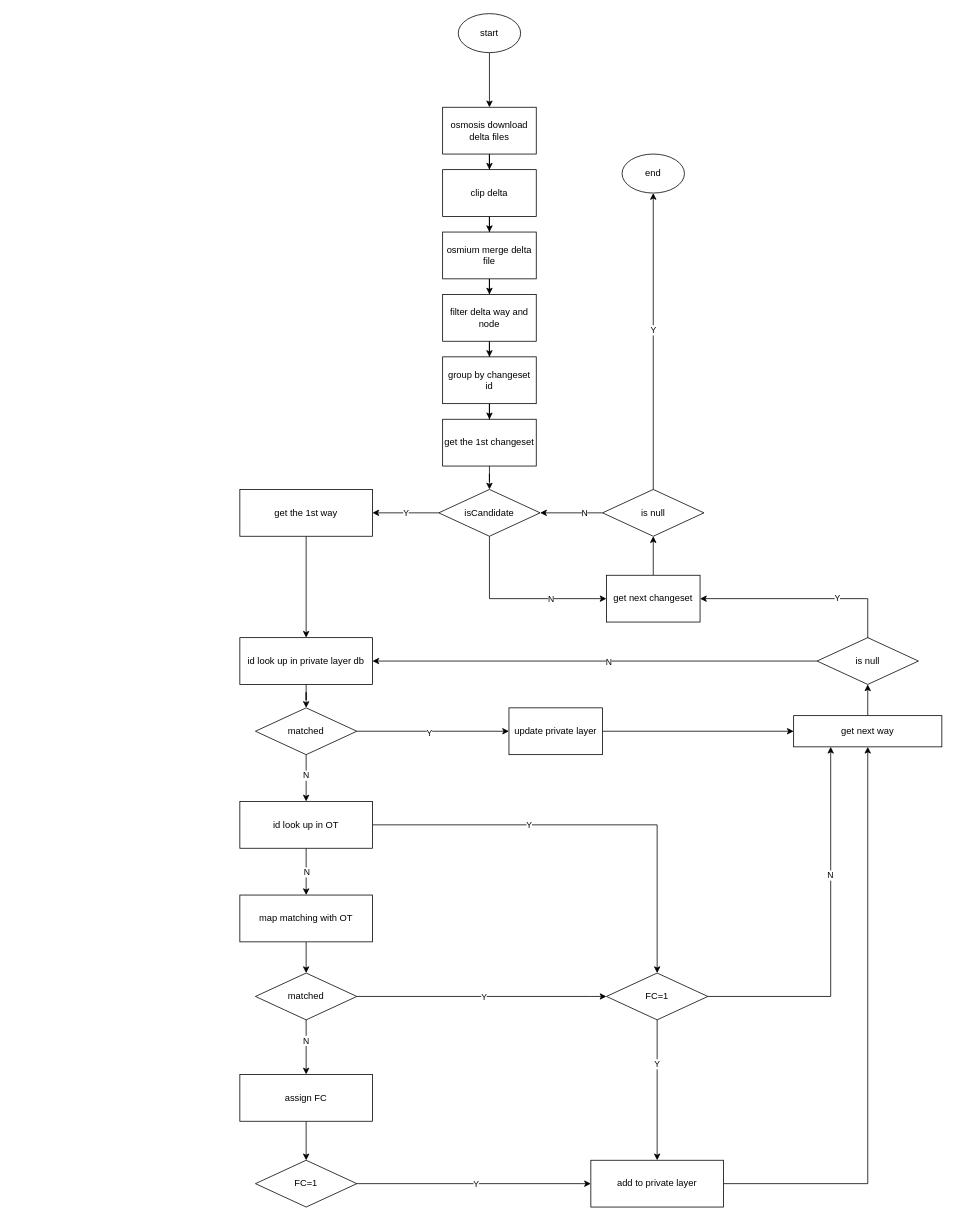
This is expired fc changeset.drawio from 472542625/drawio, a draw.io file, before an edit. Source tidied: cells renumbered, new cells numbered last; positions are measured from the earlier drawing's top-left corner, leaving out a move shared by most shapes. Both pictures are drawn from the tidied source at 78%, with x=0, y=0 at pixel (239, 13).
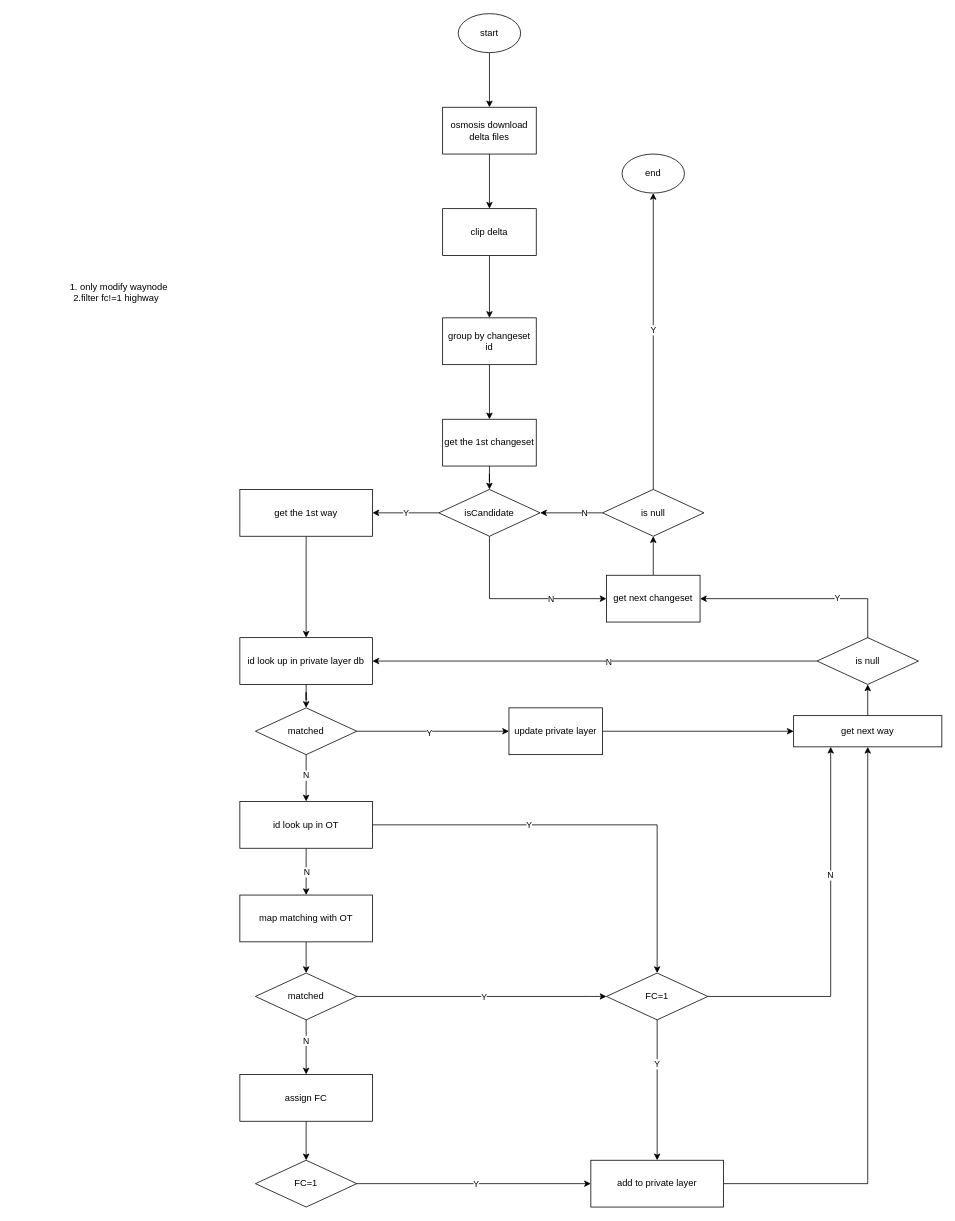
Above is the later version.

The edit, as a diff of the source:
```diff
@@
-    <mxCell id="63" style="edgeStyle=orthogonalEdgeStyle;rounded=0;jettySize=auto;html=1;entryX=0.5;entryY=0;entryDx=0;entryDy=0;" parent="1" edge="1" source="64" target="66">
-      <mxGeometry relative="1" as="geometry" />
-    </mxCell>
-    <mxCell id="64" value="osmium merge delta file" style="rounded=0;whiteSpace=wrap;html=1;" parent="1" vertex="1">
-      <mxGeometry x="260" y="280" width="120" height="60" as="geometry" />
-    </mxCell>
-    <mxCell id="65" style="edgeStyle=orthogonalEdgeStyle;rounded=0;jettySize=auto;html=1;entryX=0.5;entryY=0;entryDx=0;entryDy=0;" parent="1" edge="1" source="66" target="68">
-      <mxGeometry relative="1" as="geometry" />
-    </mxCell>
-    <mxCell id="66" value="filter delta way and node" style="rounded=0;whiteSpace=wrap;html=1;" parent="1" vertex="1">
-      <mxGeometry x="260" y="360" width="120" height="60" as="geometry" />
-    </mxCell>
@@
     <mxCell id="68" value="group by changeset id" style="rounded=0;whiteSpace=wrap;html=1;" parent="1" vertex="1">
-      <mxGeometry x="260" y="440" width="120" height="60" as="geometry" />
+      <mxGeometry x="260" y="390" width="120" height="60" as="geometry" />
     </mxCell>
-    <mxCell id="69" style="edgeStyle=orthogonalEdgeStyle;rounded=0;jettySize=auto;html=1;entryX=0.5;entryY=0;entryDx=0;entryDy=0;" parent="1" edge="1" source="70" target="64">
-      <mxGeometry relative="1" as="geometry" />
-    </mxCell>
+    <mxCell id="71" style="edgeStyle=orthogonalEdgeStyle;rounded=0;jettySize=auto;html=1;entryX=0.5;entryY=0;entryDx=0;entryDy=0;" parent="1" edge="1" source="70" target="68">
+      <mxGeometry relative="1" as="geometry" />
+    </mxCell>
     <mxCell id="70" value="clip delta" style="rounded=0;whiteSpace=wrap;html=1;" parent="1" vertex="1">
-      <mxGeometry x="260" y="200" width="120" height="60" as="geometry" />
+      <mxGeometry x="260" y="250" width="120" height="60" as="geometry" />
     </mxCell>
+    <mxCell id="72" value="1. only modify waynode&lt;div&gt;2.filter fc!=1 highway&amp;nbsp;&amp;nbsp;&lt;/div&gt;&lt;div&gt;&lt;div&gt;&lt;br&gt;&lt;/div&gt;&lt;/div&gt;" style="text;html=1;align=center;verticalAlign=middle;whiteSpace=wrap;rounded=0;" parent="1" vertex="1">
+      <mxGeometry x="-290" y="310" width="270" height="110" as="geometry" />
+    </mxCell>
```
